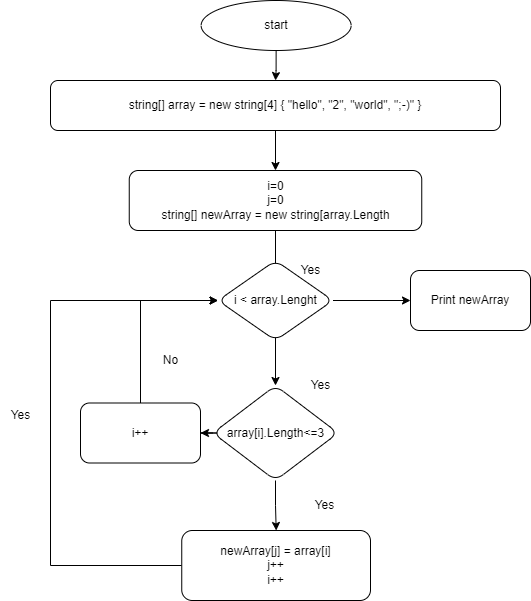
Aigul240284/kontrol_work_1k keeps this draw.io diagram as DZ_2.drawio.png. Above is the earlier version. Source tidied: cells renumbered, new cells last; positions are measured from the earlier drawing's top-left corner, leaving out a move shared by most shapes.
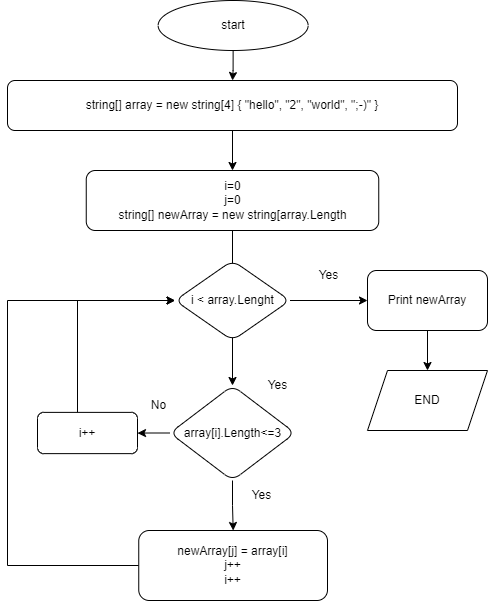
After the change.

Commit message:
Добавлена блок схема

What changed in the source:
```diff
@@ -29,7 +29,7 @@
       <mxGeometry x="212.5" y="385" width="125" height="95" as="geometry" />
     </mxCell>
     <mxCell id="10" value="Yes" style="text;html=1;align=center;verticalAlign=middle;strokeColor=none;fillColor=none;" parent="1" vertex="1">
-      <mxGeometry x="290" y="255" width="40" height="30" as="geometry" />
+      <mxGeometry x="350.6" y="260" width="40" height="30" as="geometry" />
     </mxCell>
     <mxCell id="11" style="edgeStyle=orthogonalEdgeStyle;rounded=0;jettySize=auto;html=1;entryX=0;entryY=0.5;entryDx=0;entryDy=0;" parent="1" edge="1" source="12" target="15">
       <mxGeometry relative="1" as="geometry">
@@ -54,23 +54,30 @@
     <mxCell id="16" value="i=0&lt;br&gt;j=0&lt;br&gt;string[] newArray = new string[array.Length" style="rounded=1;whiteSpace=wrap;html=1;" parent="1" vertex="1">
       <mxGeometry x="128.8" y="170" width="292.5" height="60" as="geometry" />
     </mxCell>
-    <mxCell id="17" style="edgeStyle=orthogonalEdgeStyle;rounded=0;jettySize=auto;html=1;exitX=0.5;exitY=0;exitDx=0;exitDy=0;entryX=0;entryY=0.5;entryDx=0;entryDy=0;" parent="1" edge="1" source="18" target="15">
-      <mxGeometry relative="1" as="geometry" />
+    <mxCell id="17" style="edgeStyle=orthogonalEdgeStyle;rounded=0;jettySize=auto;html=1;entryX=0;entryY=0.5;entryDx=0;entryDy=0;" parent="1" edge="1" source="18" target="15">
+      <mxGeometry relative="1" as="geometry">
+        <Array as="points">
+          <mxPoint x="120" y="300" />
+        </Array>
+      </mxGeometry>
     </mxCell>
     <mxCell id="18" value="i++" style="whiteSpace=wrap;html=1;rounded=1;glass=0;strokeWidth=1;shadow=0;" parent="1" vertex="1">
-      <mxGeometry x="80" y="402.5" width="120" height="60" as="geometry" />
+      <mxGeometry x="80" y="411.9" width="100" height="41.2" as="geometry" />
     </mxCell>
     <mxCell id="19" value="Yes" style="text;html=1;align=center;verticalAlign=middle;strokeColor=none;fillColor=none;" parent="1" vertex="1">
-      <mxGeometry x="304" y="490" width="40" height="30" as="geometry" />
+      <mxGeometry x="284" y="480" width="40" height="30" as="geometry" />
     </mxCell>
-    <mxCell id="20" value="Yes" style="text;html=1;align=center;verticalAlign=middle;strokeColor=none;fillColor=none;" parent="1" vertex="1">
-      <mxGeometry y="400" width="40" height="30" as="geometry" />
-    </mxCell>
+    <mxCell id="23" style="edgeStyle=orthogonalEdgeStyle;rounded=0;jettySize=auto;html=1;" parent="1" edge="1" source="21" target="24">
+      <mxGeometry relative="1" as="geometry" />
+    </mxCell>
     <mxCell id="21" value="Print newArray" style="whiteSpace=wrap;html=1;rounded=1;glass=0;strokeWidth=1;shadow=0;" parent="1" vertex="1">
       <mxGeometry x="410" y="270" width="120" height="60" as="geometry" />
     </mxCell>
     <mxCell id="22" value="No" style="text;html=1;align=center;verticalAlign=middle;strokeColor=none;fillColor=none;" parent="1" vertex="1">
-      <mxGeometry x="150" y="345" width="40" height="30" as="geometry" />
+      <mxGeometry x="181.2" y="390" width="40" height="30" as="geometry" />
     </mxCell>
+    <mxCell id="24" value="END" style="shape=parallelogram;perimeter=parallelogramPerimeter;whiteSpace=wrap;html=1;fixedSize=1;" parent="1" vertex="1">
+      <mxGeometry x="410" y="370" width="120" height="60" as="geometry" />
+    </mxCell>
   </root>
 </mxGraphModel>
```
